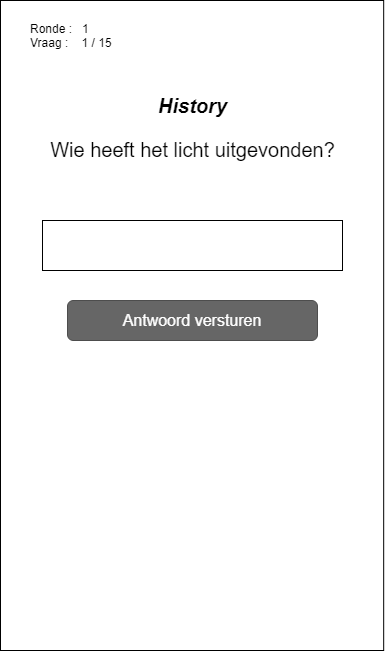
This is Software Guidebook/wireframes/wireframes-Team (question).png from Patrickroelofs/HANICA-DWA-Quizzer, a draw.io export, as it was before one commit. Source tidied: cells renumbered, new cells last; positions are measured from the earlier drawing's top-left corner, leaving out a move shared by most shapes.
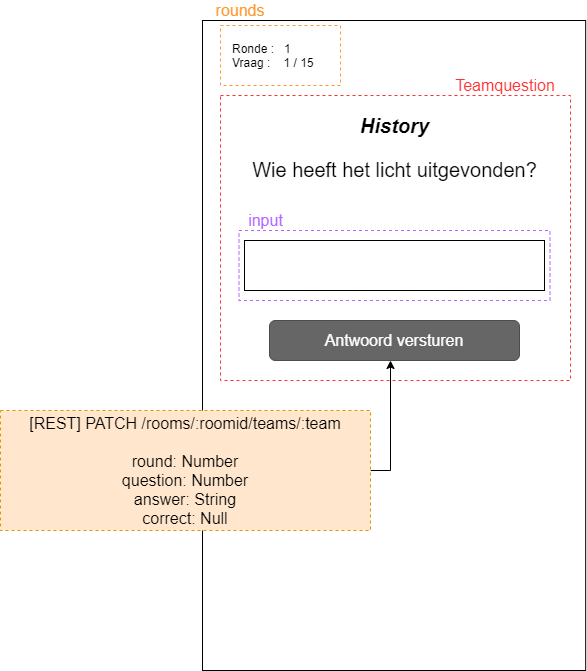
The same file after the commit.

Diff of the diagram source:
```diff
@@ -20,5 +20,31 @@
     <mxCell id="7" value="Ronde :&amp;nbsp; &amp;nbsp;1&lt;br&gt;Vraag :&amp;nbsp; &amp;nbsp; 1 / 15" style="text;html=1;align=left;verticalAlign=middle;fillColor=none;strokeColor=none;rounded=0;" parent="1" vertex="1">
       <mxGeometry x="28" y="20" width="100" height="30" as="geometry" />
     </mxCell>
+    <mxCell id="8" style="rounded=0;whiteSpace=wrap;html=1;dashed=1;labelBackgroundColor=none;strokeColor=#FF9933;fillColor=none;fontSize=16;fontColor=#FF9933;align=center;" parent="1" vertex="1">
+      <mxGeometry x="18" y="5" width="120" height="60" as="geometry" />
+    </mxCell>
+    <mxCell id="9" style="rounded=0;whiteSpace=wrap;html=1;dashed=1;labelBackgroundColor=none;fillColor=none;fontSize=16;align=center;fontColor=#FF3333;strokeColor=#FF3333;" parent="1" vertex="1">
+      <mxGeometry x="18" y="75" width="350" height="285" as="geometry" />
+    </mxCell>
+    <mxCell id="10" value="&lt;font color=&quot;#ff9933&quot;&gt;rounds&lt;/font&gt;" style="text;html=1;strokeColor=none;fillColor=none;align=center;verticalAlign=middle;whiteSpace=wrap;rounded=0;dashed=1;labelBackgroundColor=none;fontSize=16;fontColor=#FF3333;" parent="1" vertex="1">
+      <mxGeometry x="18" y="-20" width="40" height="20" as="geometry" />
+    </mxCell>
+    <mxCell id="11" value="&lt;font&gt;Teamquestion&lt;/font&gt;" style="text;html=1;strokeColor=none;fillColor=none;align=center;verticalAlign=middle;whiteSpace=wrap;rounded=0;dashed=1;labelBackgroundColor=none;fontSize=16;fontColor=#FF3333;" parent="1" vertex="1">
+      <mxGeometry x="238" y="55" width="130" height="20" as="geometry" />
+    </mxCell>
+    <mxCell id="12" style="rounded=0;whiteSpace=wrap;html=1;dashed=1;labelBackgroundColor=none;fillColor=none;fontSize=16;fontColor=#FF3333;align=center;strokeColor=#B266FF;" parent="1" vertex="1">
+      <mxGeometry x="36.5" y="210" width="311" height="70" as="geometry" />
+    </mxCell>
+    <mxCell id="13" value="&lt;font color=&quot;#b266ff&quot;&gt;input&lt;/font&gt;" style="text;html=1;align=center;verticalAlign=middle;fillColor=none;strokeColor=none;rounded=0;dashed=1;labelBackgroundColor=none;fontSize=16;fontColor=#FF3333;" parent="1" vertex="1">
+      <mxGeometry x="37.5" y="190" width="50" height="20" as="geometry" />
+    </mxCell>
+    <mxCell id="14" style="edgeStyle=orthogonalEdgeStyle;rounded=0;jettySize=auto;html=1;fontSize=16;fontColor=#FF3333;" parent="1" edge="1" source="15">
+      <mxGeometry relative="1" as="geometry">
+        <mxPoint x="188" y="340" as="targetPoint" />
+      </mxGeometry>
+    </mxCell>
+    <mxCell id="15" value="[REST] PATCH /rooms/:roomid/teams/:team&lt;br&gt;&lt;br&gt;round: Number&lt;br&gt;question: Number&lt;br&gt;answer: String&lt;br&gt;correct: Null" style="rounded=0;whiteSpace=wrap;html=1;dashed=1;labelBackgroundColor=none;strokeColor=#d79b00;fillColor=#ffe6cc;fontSize=16;align=center;" parent="1" vertex="1">
+      <mxGeometry x="-202" y="390" width="370" height="120" as="geometry" />
+    </mxCell>
   </root>
 </mxGraphModel>
```
